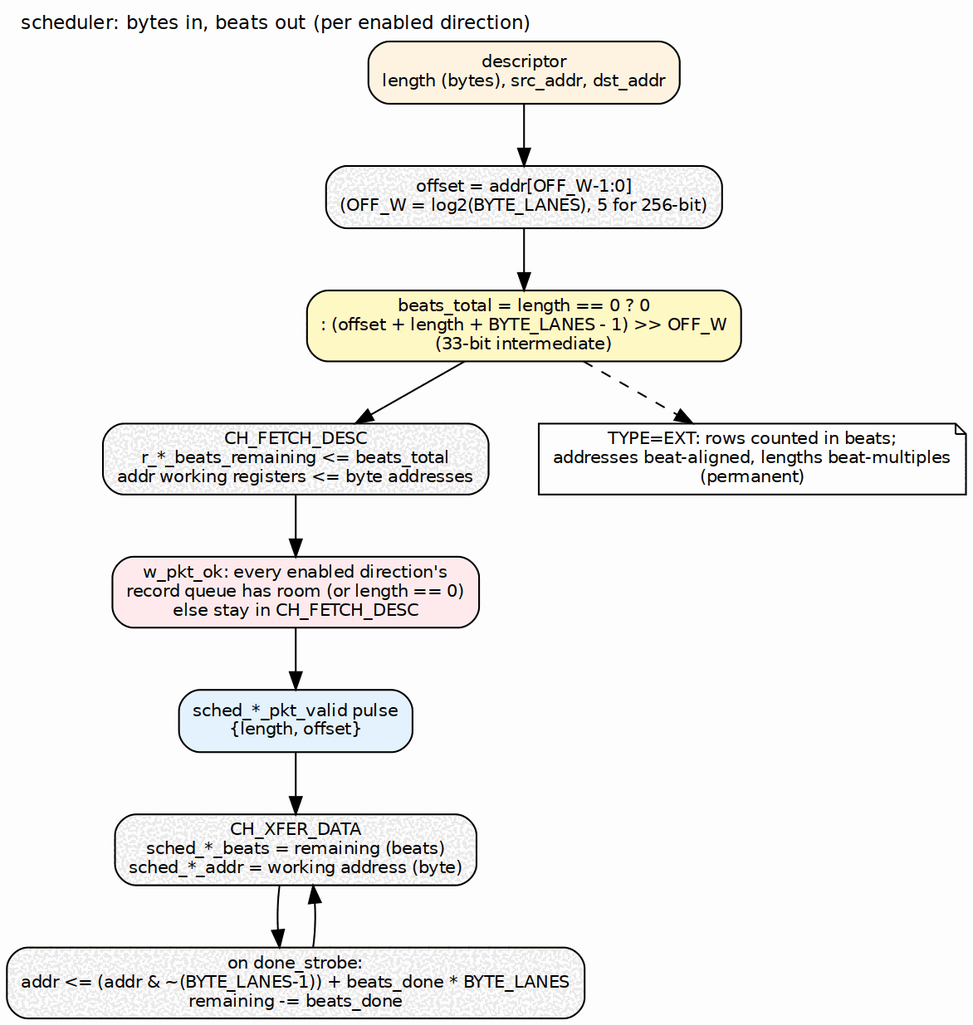
The Graphviz diagram projects/components/dma-ip/rapids/docs/rapids_mas/assets/graphviz/03_scheduler_byte_math.png in sean-galloway/RTLDesignSherpa, before a commit. Its source is kept beside it as projects/components/dma-ip/rapids/docs/rapids_mas/assets/graphviz/03_scheduler_byte_math.dot. Its diagram source:
```dot
digraph scheduler_byte_math {
    graph [rankdir=TB, fontname="Helvetica", fontsize=11, nodesep=0.4, ranksep=0.5,
           label="scheduler: bytes in, beats out (per enabled direction)", labelloc=t, labeljust=l];
    node  [shape=box, style="rounded,filled", fillcolor="#f4f4f4", fontname="Helvetica", fontsize=10];
    edge  [fontname="Helvetica", fontsize=9];

    in    [label="descriptor\nlength (bytes), src_addr, dst_addr", fillcolor="#fff3e0"];
    off   [label="offset = addr[OFF_W-1:0]\n(OFF_W = log2(BYTE_LANES), 5 for 256-bit)"];
    beats [label="beats_total = length == 0 ? 0\n: (offset + length + BYTE_LANES - 1) >> OFF_W\n(33-bit intermediate)", fillcolor="#fff9c4"];
    load  [label="CH_FETCH_DESC\nr_*_beats_remaining <= beats_total\naddr working registers <= byte addresses"];
    gate  [label="w_pkt_ok: every enabled direction's\nrecord queue has room (or length == 0)\nelse stay in CH_FETCH_DESC", fillcolor="#ffebee"];
    rec   [label="sched_*_pkt_valid pulse\n{length, offset}", fillcolor="#e3f2fd"];
    xfer  [label="CH_XFER_DATA\nsched_*_beats = remaining (beats)\nsched_*_addr = working address (byte)"];
    adv   [label="on done_strobe:\naddr <= (addr & ~(BYTE_LANES-1)) + beats_done * BYTE_LANES\nremaining -= beats_done"];
    ext   [label="TYPE=EXT: rows counted in beats;\naddresses beat-aligned, lengths beat-multiples\n(permanent)", shape=note, fillcolor="#ffffff"];

    in -> off -> beats -> load -> gate -> rec -> xfer -> adv -> xfer;
    beats -> ext [style=dashed];
}
```
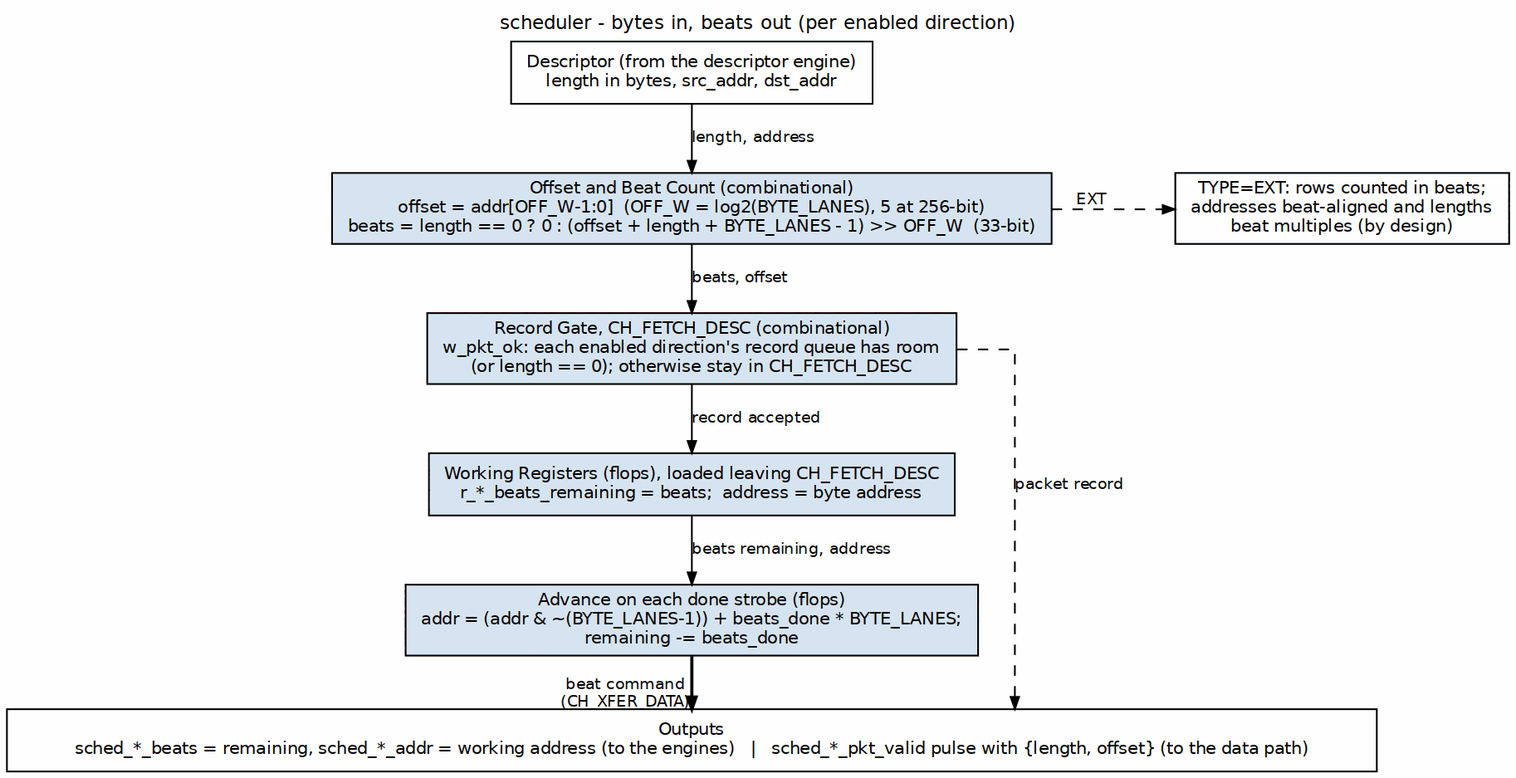
After the commit.

What changed in the source:
```diff
@@ -1,19 +1,25 @@
 digraph scheduler_byte_math {
-    graph [rankdir=TB, fontname="Helvetica", fontsize=11, nodesep=0.4, ranksep=0.5,
-           label="scheduler: bytes in, beats out (per enabled direction)", labelloc=t, labeljust=l];
-    node  [shape=box, style="rounded,filled", fillcolor="#f4f4f4", fontname="Helvetica", fontsize=10];
-    edge  [fontname="Helvetica", fontsize=9];
+    graph [rankdir=TB, bgcolor="white", fontname="Helvetica", fontsize=11,
+           nodesep="0.50", ranksep="0.40", splines=ortho,
+           label="scheduler - bytes in, beats out (per enabled direction)", labelloc=t, labeljust=c];
+    node  [fontname="Helvetica", fontsize=10, shape=box, style=filled,
+           fillcolor="#D6E4F0", color="black", margin="0.12,0.06"];
+    edge  [fontname="Helvetica", fontsize=9, color="black", arrowsize=0.7];
 
-    in    [label="descriptor\nlength (bytes), src_addr, dst_addr", fillcolor="#fff3e0"];
-    off   [label="offset = addr[OFF_W-1:0]\n(OFF_W = log2(BYTE_LANES), 5 for 256-bit)"];
-    beats [label="beats_total = length == 0 ? 0\n: (offset + length + BYTE_LANES - 1) >> OFF_W\n(33-bit intermediate)", fillcolor="#fff9c4"];
-    load  [label="CH_FETCH_DESC\nr_*_beats_remaining <= beats_total\naddr working registers <= byte addresses"];
-    gate  [label="w_pkt_ok: every enabled direction's\nrecord queue has room (or length == 0)\nelse stay in CH_FETCH_DESC", fillcolor="#ffebee"];
-    rec   [label="sched_*_pkt_valid pulse\n{length, offset}", fillcolor="#e3f2fd"];
-    xfer  [label="CH_XFER_DATA\nsched_*_beats = remaining (beats)\nsched_*_addr = working address (byte)"];
-    adv   [label="on done_strobe:\naddr <= (addr & ~(BYTE_LANES-1)) + beats_done * BYTE_LANES\nremaining -= beats_done"];
-    ext   [label="TYPE=EXT: rows counted in beats;\naddresses beat-aligned, lengths beat-multiples\n(permanent)", shape=note, fillcolor="#ffffff"];
+    in    [label="Descriptor (from the descriptor engine)\nlength in bytes, src_addr, dst_addr", fillcolor="white", group=C];
+    math  [label="Offset and Beat Count (combinational)\noffset = addr[OFF_W-1:0]  (OFF_W = log2(BYTE_LANES), 5 at 256-bit)\nbeats = length == 0 ? 0 : (offset + length + BYTE_LANES - 1) >> OFF_W  (33-bit)", group=C];
+    gate  [label="Record Gate, CH_FETCH_DESC (combinational)\nw_pkt_ok: each enabled direction's record queue has room\n(or length == 0); otherwise stay in CH_FETCH_DESC", group=C];
+    load  [label="Working Registers (flops), loaded leaving CH_FETCH_DESC\nr_*_beats_remaining = beats;  address = byte address", group=C];
+    adv   [label="Advance on each done strobe (flops)\naddr = (addr & ~(BYTE_LANES-1)) + beats_done * BYTE_LANES;\nremaining -= beats_done", group=C];
+    ext   [label="TYPE=EXT: rows counted in beats;\naddresses beat-aligned and lengths\nbeat multiples (by design)", fillcolor="white", group=R];
+    bar   [label="Outputs\nsched_*_beats = remaining, sched_*_addr = working address (to the engines)   |   sched_*_pkt_valid pulse with {length, offset} (to the data path)", fillcolor="white", width=11.0, group=C];
 
-    in -> off -> beats -> load -> gate -> rec -> xfer -> adv -> xfer;
-    beats -> ext [style=dashed];
+    in   -> math [label="length, address"];
+    math -> gate [label="beats, offset"];
+    gate -> load [label="record accepted"];
+    load -> adv  [label="beats remaining, address"];
+    adv  -> bar  [xlabel="beat command\n(CH_XFER_DATA)", penwidth=1.8];
+    gate -> bar  [style=dashed, constraint=false, xlabel="packet record"];
+    math -> ext  [style=dashed, xlabel="EXT"];
+    { rank=same; math; ext; }
 }
```
